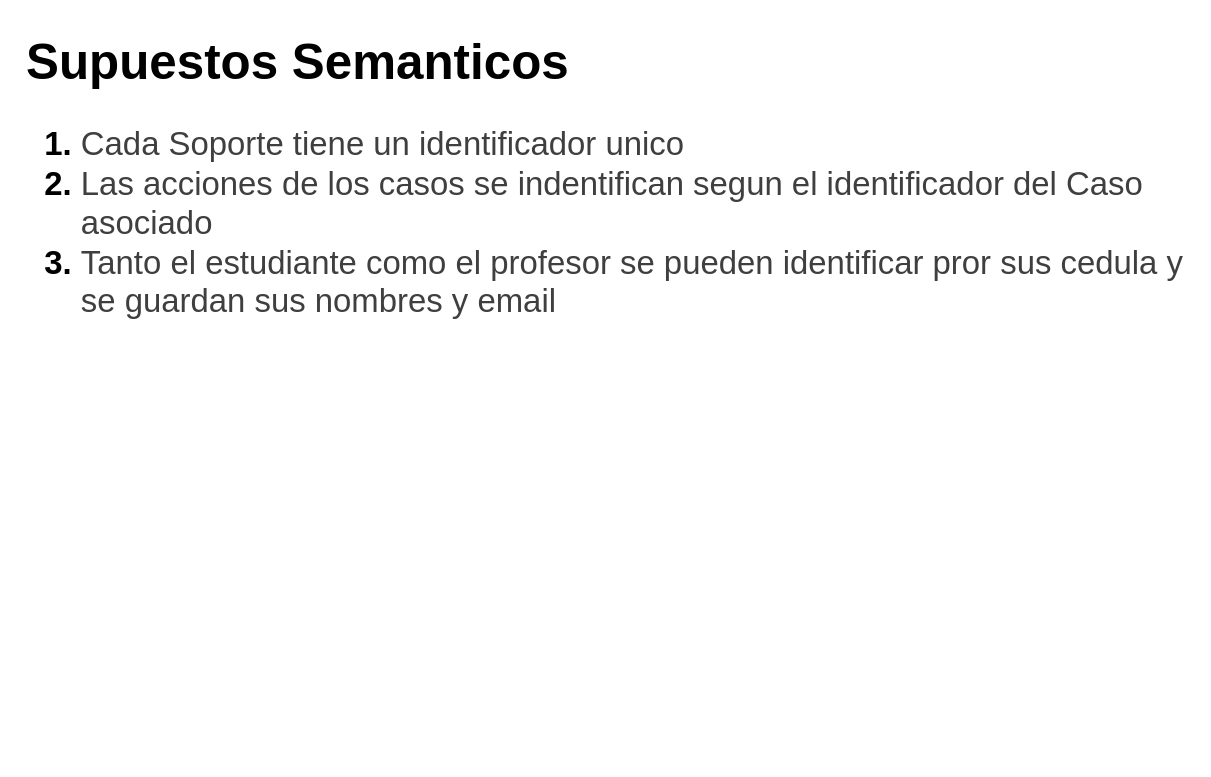
Earlier version of the draw.io diagram page "Supuestos" (2 of 2) of doc/diagramaConceptual.drawio (DanielCarrenoMar/ClinicaJuridica-UCAB). Source tidied: cells renumbered, new cells numbered last; positions are measured from the earlier drawing's top-left corner, leaving out a move shared by most shapes. Both pictures are drawn from the tidied source at 137%, with x=0, y=0 at pixel (23, 23).
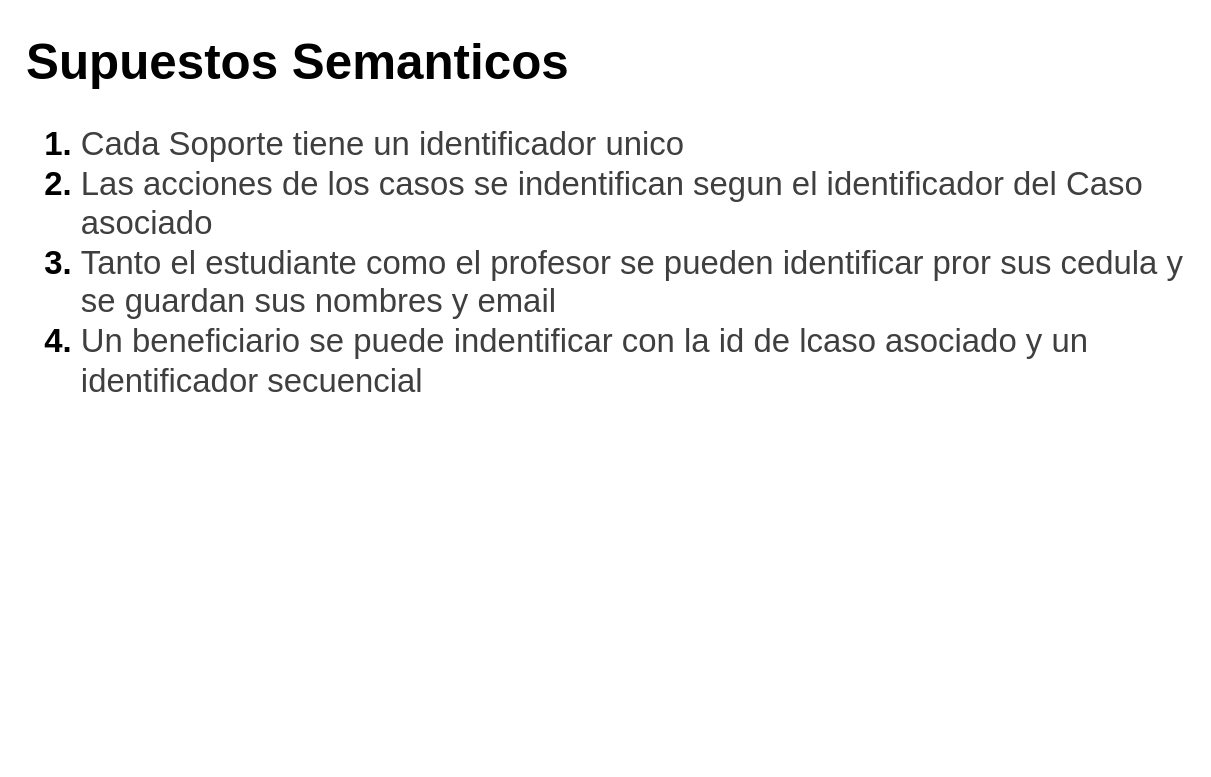
Above is the later version.

Commit message (it also covers changes not shown here):
doc: agregar entidad debil beneficiario y entidad solicitante

Change to the diagram source:
```diff
@@
 <mxGraphModel>
   <root>
     <mxCell id="0" />
     <mxCell id="1" parent="0" />
-    <mxCell id="2" value="&lt;h1 style=&quot;margin-top: 0px;&quot;&gt;&lt;font style=&quot;font-size: 36px;&quot;&gt;Supuestos Semanticos&lt;/font&gt;&lt;/h1&gt;&lt;h1 style=&quot;margin-top: 0px;&quot;&gt;&lt;ol&gt;&lt;li&gt;&lt;span style=&quot;background-color: transparent; color: rgb(63, 63, 63); font-weight: normal;&quot;&gt;Cada Soporte tiene un identificador unico&lt;/span&gt;&lt;/li&gt;&lt;li&gt;&lt;span style=&quot;background-color: transparent; color: rgb(63, 63, 63); font-weight: normal;&quot;&gt;Las acciones de los casos se indentifican segun el identificador del Caso asociado&lt;/span&gt;&lt;/li&gt;&lt;li&gt;&lt;span style=&quot;background-color: transparent; color: rgb(63, 63, 63); font-weight: normal;&quot;&gt;Tanto el estudiante como el profesor se pueden identificar pror sus cedula y se guardan sus nombres y email&lt;/span&gt;&lt;/li&gt;&lt;/ol&gt;&lt;/h1&gt;&lt;p&gt;&lt;/p&gt;" style="text;html=1;whiteSpace=wrap;overflow=hidden;rounded=0;" parent="1" vertex="1">
+    <mxCell id="2" value="&lt;h1 style=&quot;margin-top: 0px;&quot;&gt;&lt;font style=&quot;font-size: 36px;&quot;&gt;Supuestos Semanticos&lt;/font&gt;&lt;/h1&gt;&lt;h1 style=&quot;margin-top: 0px;&quot;&gt;&lt;ol&gt;&lt;li&gt;&lt;span style=&quot;background-color: transparent; color: rgb(63, 63, 63); font-weight: normal;&quot;&gt;Cada Soporte tiene un identificador unico&lt;/span&gt;&lt;/li&gt;&lt;li&gt;&lt;span style=&quot;background-color: transparent; color: rgb(63, 63, 63); font-weight: normal;&quot;&gt;Las acciones de los casos se indentifican segun el identificador del Caso asociado&lt;/span&gt;&lt;/li&gt;&lt;li&gt;&lt;span style=&quot;background-color: transparent; color: rgb(63, 63, 63); font-weight: normal;&quot;&gt;Tanto el estudiante como el profesor se pueden identificar pror sus cedula y se guardan sus nombres y email&lt;/span&gt;&lt;/li&gt;&lt;li&gt;&lt;span style=&quot;background-color: transparent; color: rgb(63, 63, 63); font-weight: normal;&quot;&gt;Un beneficiario se puede indentificar con la id de lcaso asociado y un identificador secuencial&lt;/span&gt;&lt;/li&gt;&lt;/ol&gt;&lt;/h1&gt;&lt;p&gt;&lt;/p&gt;" style="text;html=1;whiteSpace=wrap;overflow=hidden;rounded=0;" parent="1" vertex="1">
       <mxGeometry width="850" height="530" as="geometry" />
     </mxCell>
   </root>
 </mxGraphModel>
```
